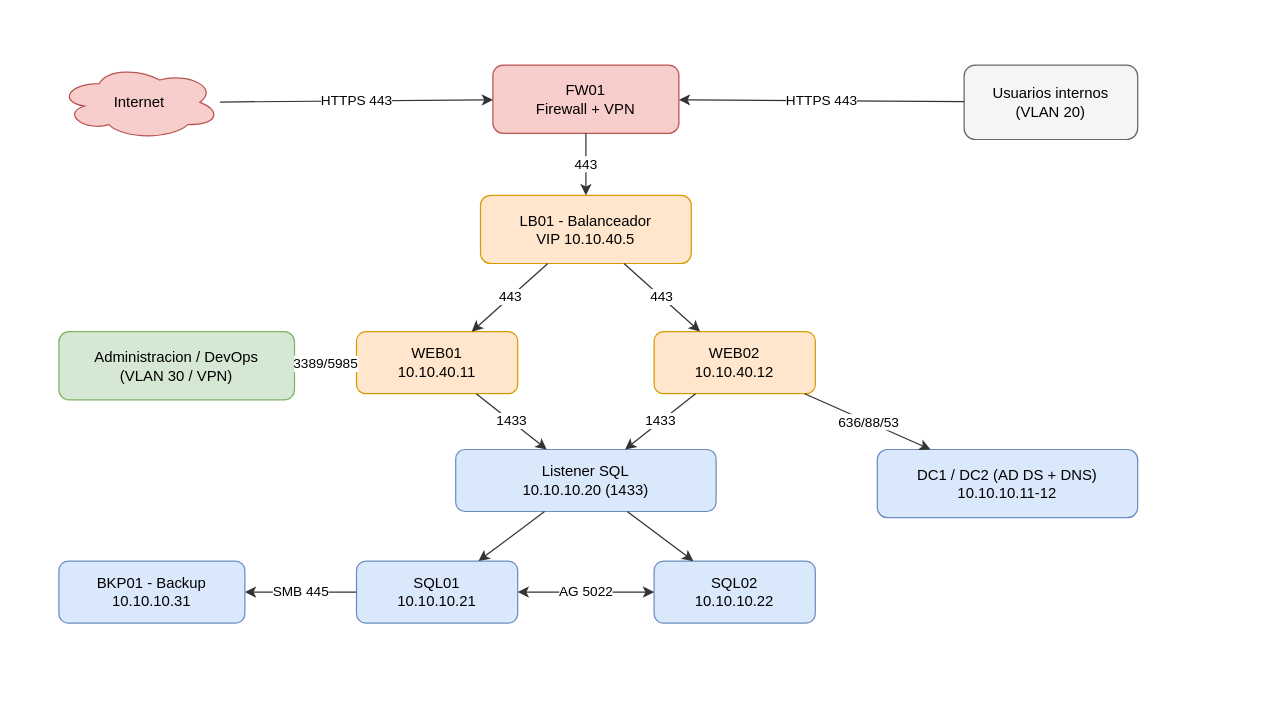
Earlier version of the draw.io diagram desarrollo/red/diagramas/10-arquitectura.drawio (arnaumartinezmorant-lang/PROYECTO). Source tidied: cells renumbered, new cells numbered last; positions are measured from the earlier drawing's top-left corner, leaving out a move shared by most shapes. Both pictures are drawn from the tidied source at 124%, with x=0, y=0 at pixel (58, 64).
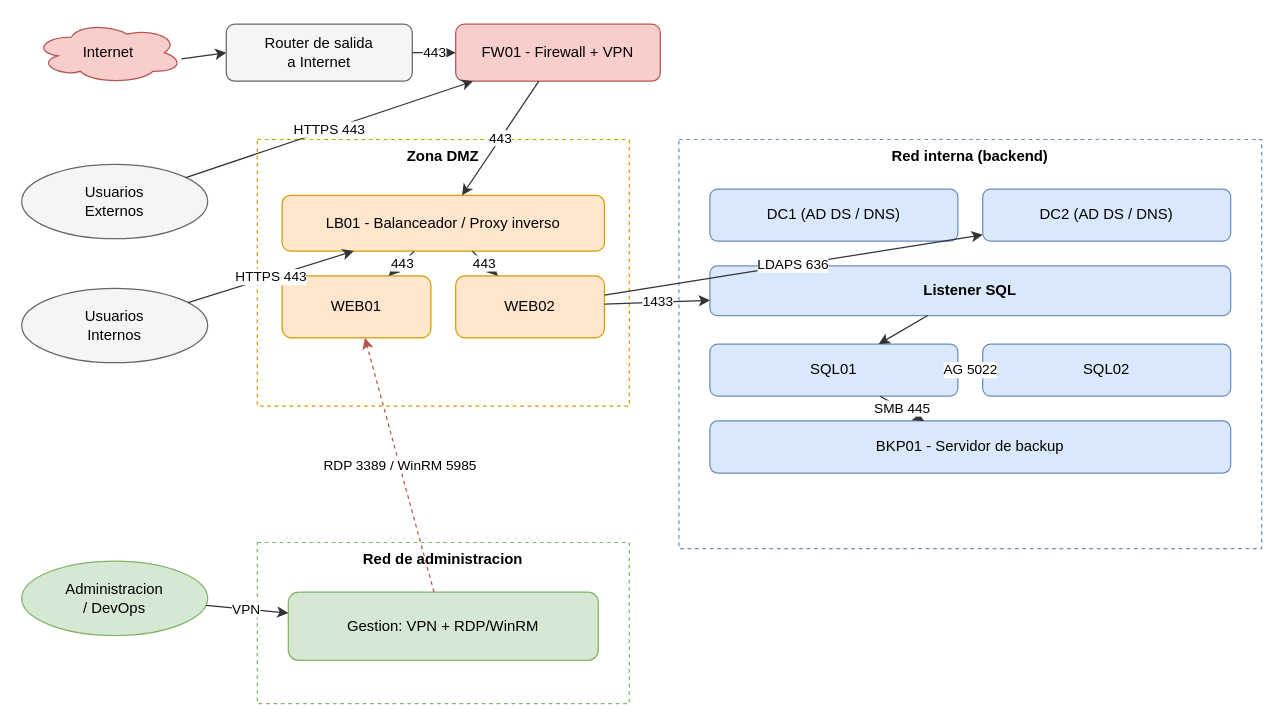
The same diagram, later.

Change to the diagram source:
```diff
@@
     <mxCell id="2" value="Internet" style="ellipse;shape=cloud;whiteSpace=wrap;html=1;fillColor=#f8cecc;strokeColor=#b85450;fontSize=12;" parent="1" vertex="1">
-      <mxGeometry width="130" height="60" as="geometry" />
+      <mxGeometry x="-20" y="-35" width="120" height="50" as="geometry" />
     </mxCell>
-    <mxCell id="3" value="Usuarios internos&#10;(VLAN 20)" style="rounded=1;whiteSpace=wrap;html=1;fillColor=#f5f5f5;strokeColor=#666666;fontSize=12;" parent="1" vertex="1">
-      <mxGeometry x="730" width="140" height="60" as="geometry" />
-    </mxCell>
+    <mxCell id="27" value="Router de salida&#10;a Internet" style="rounded=1;whiteSpace=wrap;html=1;fillColor=#f5f5f5;strokeColor=#666666;fontSize=12;" parent="1" vertex="1">
+      <mxGeometry x="135" y="-33" width="150" height="46" as="geometry" />
+    </mxCell>
-    <mxCell id="4" value="FW01&#10;Firewall + VPN" style="rounded=1;whiteSpace=wrap;html=1;fillColor=#f8cecc;strokeColor=#b85450;fontSize=12;" parent="1" vertex="1">
-      <mxGeometry x="350" width="150" height="55" as="geometry" />
+    <mxCell id="4" value="FW01 - Firewall + VPN" style="rounded=1;whiteSpace=wrap;html=1;fillColor=#f8cecc;strokeColor=#b85450;fontSize=12;" parent="1" vertex="1">
+      <mxGeometry x="320" y="-33" width="165" height="46" as="geometry" />
     </mxCell>
+    <mxCell id="28" value="Usuarios&#10;Externos" style="ellipse;whiteSpace=wrap;html=1;fillColor=#f5f5f5;strokeColor=#666666;fontSize=12;" parent="1" vertex="1">
+      <mxGeometry x="-30" y="80" width="150" height="60" as="geometry" />
+    </mxCell>
+    <mxCell id="29" value="Usuarios&#10;Internos" style="ellipse;whiteSpace=wrap;html=1;fillColor=#f5f5f5;strokeColor=#666666;fontSize=12;" parent="1" vertex="1">
+      <mxGeometry x="-30" y="180" width="150" height="60" as="geometry" />
+    </mxCell>
+    <mxCell id="30" value="Administracion&#10;/ DevOps" style="ellipse;whiteSpace=wrap;html=1;fillColor=#d5e8d4;strokeColor=#82b366;fontSize=12;" parent="1" vertex="1">
+      <mxGeometry x="-30" y="400" width="150" height="60" as="geometry" />
+    </mxCell>
+    <mxCell id="31" value="Zona DMZ" style="rounded=0;whiteSpace=wrap;html=1;verticalAlign=top;fillColor=none;strokeColor=#d79b00;fontSize=12;dashed=1;verticalAlign=top;fontStyle=1;" parent="1" vertex="1">
+      <mxGeometry x="160" y="60" width="300" height="215" as="geometry" />
+    </mxCell>
+    <mxCell id="32" value="Red interna (backend)" style="rounded=0;whiteSpace=wrap;html=1;verticalAlign=top;fillColor=none;strokeColor=#6c8ebf;fontSize=12;dashed=1;verticalAlign=top;fontStyle=1;" parent="1" vertex="1">
+      <mxGeometry x="500" y="60" width="470" height="330" as="geometry" />
+    </mxCell>
+    <mxCell id="33" value="Red de administracion" style="rounded=0;whiteSpace=wrap;html=1;verticalAlign=top;fillColor=none;strokeColor=#82b366;fontSize=12;dashed=1;verticalAlign=top;fontStyle=1;" parent="1" vertex="1">
+      <mxGeometry x="160" y="385" width="300" height="130" as="geometry" />
+    </mxCell>
-    <mxCell id="5" value="LB01 - Balanceador&#10;VIP 10.10.40.5" style="rounded=1;whiteSpace=wrap;html=1;fillColor=#ffe6cc;strokeColor=#d79b00;fontSize=12;" parent="1" vertex="1">
-      <mxGeometry x="340" y="105" width="170" height="55" as="geometry" />
+    <mxCell id="5" value="LB01 - Balanceador / Proxy inverso" style="rounded=1;whiteSpace=wrap;html=1;fillColor=#ffe6cc;strokeColor=#d79b00;fontSize=12;" parent="1" vertex="1">
+      <mxGeometry x="180" y="105" width="260" height="45" as="geometry" />
     </mxCell>
-    <mxCell id="6" value="WEB01&#10;10.10.40.11" style="rounded=1;whiteSpace=wrap;html=1;fillColor=#ffe6cc;strokeColor=#d79b00;fontSize=12;" parent="1" vertex="1">
-      <mxGeometry x="240" y="215" width="130" height="50" as="geometry" />
+    <mxCell id="6" value="WEB01" style="rounded=1;whiteSpace=wrap;html=1;fillColor=#ffe6cc;strokeColor=#d79b00;fontSize=12;" parent="1" vertex="1">
+      <mxGeometry x="180" y="170" width="120" height="50" as="geometry" />
     </mxCell>
-    <mxCell id="7" value="WEB02&#10;10.10.40.12" style="rounded=1;whiteSpace=wrap;html=1;fillColor=#ffe6cc;strokeColor=#d79b00;fontSize=12;" parent="1" vertex="1">
-      <mxGeometry x="480" y="215" width="130" height="50" as="geometry" />
+    <mxCell id="7" value="WEB02" style="rounded=1;whiteSpace=wrap;html=1;fillColor=#ffe6cc;strokeColor=#d79b00;fontSize=12;" parent="1" vertex="1">
+      <mxGeometry x="320" y="170" width="120" height="50" as="geometry" />
     </mxCell>
+    <mxCell id="34" value="DC1 (AD DS / DNS)" style="rounded=1;whiteSpace=wrap;html=1;fillColor=#dae8fc;strokeColor=#6c8ebf;fontSize=12;" parent="1" vertex="1">
+      <mxGeometry x="525" y="100" width="200" height="42" as="geometry" />
+    </mxCell>
+    <mxCell id="35" value="DC2 (AD DS / DNS)" style="rounded=1;whiteSpace=wrap;html=1;fillColor=#dae8fc;strokeColor=#6c8ebf;fontSize=12;" parent="1" vertex="1">
+      <mxGeometry x="745" y="100" width="200" height="42" as="geometry" />
+    </mxCell>
-    <mxCell id="8" value="Listener SQL&#10;10.10.10.20 (1433)" style="rounded=1;whiteSpace=wrap;html=1;fillColor=#dae8fc;strokeColor=#6c8ebf;fontSize=12;" parent="1" vertex="1">
-      <mxGeometry x="320" y="310" width="210" height="50" as="geometry" />
+    <mxCell id="8" value="Listener SQL" style="rounded=1;whiteSpace=wrap;html=1;fillColor=#dae8fc;strokeColor=#6c8ebf;fontSize=12;fontStyle=1;" parent="1" vertex="1">
+      <mxGeometry x="525" y="162" width="420" height="40" as="geometry" />
     </mxCell>
-    <mxCell id="9" value="SQL01&#10;10.10.10.21" style="rounded=1;whiteSpace=wrap;html=1;fillColor=#dae8fc;strokeColor=#6c8ebf;fontSize=12;" parent="1" vertex="1">
-      <mxGeometry x="240" y="400" width="130" height="50" as="geometry" />
+    <mxCell id="9" value="SQL01" style="rounded=1;whiteSpace=wrap;html=1;fillColor=#dae8fc;strokeColor=#6c8ebf;fontSize=12;" parent="1" vertex="1">
+      <mxGeometry x="525" y="225" width="200" height="42" as="geometry" />
     </mxCell>
-    <mxCell id="10" value="SQL02&#10;10.10.10.22" style="rounded=1;whiteSpace=wrap;html=1;fillColor=#dae8fc;strokeColor=#6c8ebf;fontSize=12;" parent="1" vertex="1">
-      <mxGeometry x="480" y="400" width="130" height="50" as="geometry" />
+    <mxCell id="10" value="SQL02" style="rounded=1;whiteSpace=wrap;html=1;fillColor=#dae8fc;strokeColor=#6c8ebf;fontSize=12;" parent="1" vertex="1">
+      <mxGeometry x="745" y="225" width="200" height="42" as="geometry" />
     </mxCell>
-    <mxCell id="11" value="DC1 / DC2 (AD DS + DNS)&#10;10.10.10.11-12" style="rounded=1;whiteSpace=wrap;html=1;fillColor=#dae8fc;strokeColor=#6c8ebf;fontSize=12;" parent="1" vertex="1">
-      <mxGeometry x="660" y="310" width="210" height="55" as="geometry" />
-    </mxCell>
-    <mxCell id="12" value="BKP01 - Backup&#10;10.10.10.31" style="rounded=1;whiteSpace=wrap;html=1;fillColor=#dae8fc;strokeColor=#6c8ebf;fontSize=12;" parent="1" vertex="1">
-      <mxGeometry y="400" width="150" height="50" as="geometry" />
+    <mxCell id="12" value="BKP01 - Servidor de backup" style="rounded=1;whiteSpace=wrap;html=1;fillColor=#dae8fc;strokeColor=#6c8ebf;fontSize=12;" parent="1" vertex="1">
+      <mxGeometry x="525" y="287" width="420" height="42" as="geometry" />
     </mxCell>
-    <mxCell id="13" value="Administracion / DevOps&#10;(VLAN 30 / VPN)" style="rounded=1;whiteSpace=wrap;html=1;fillColor=#d5e8d4;strokeColor=#82b366;fontSize=12;" parent="1" vertex="1">
-      <mxGeometry y="215" width="190" height="55" as="geometry" />
-    </mxCell>
+    <mxCell id="36" value="Gestion: VPN + RDP/WinRM" style="rounded=1;whiteSpace=wrap;html=1;fillColor=#d5e8d4;strokeColor=#82b366;fontSize=12;" parent="1" vertex="1">
+      <mxGeometry x="185" y="425" width="250" height="55" as="geometry" />
+    </mxCell>
-    <mxCell id="14" value="HTTPS 443" style="endArrow=classic;html=1;rounded=0;strokeColor=#333333;fontSize=11;" parent="1" edge="1" source="2" target="4">
+    <mxCell id="14" style="endArrow=classic;html=1;rounded=0;strokeColor=#333333;fontSize=11;" parent="1" edge="1" source="2" target="27">
       <mxGeometry relative="1" as="geometry" />
     </mxCell>
-    <mxCell id="15" value="HTTPS 443" style="endArrow=classic;html=1;rounded=0;strokeColor=#333333;fontSize=11;" parent="1" edge="1" source="3" target="4">
+    <mxCell id="15" value="443" style="endArrow=classic;html=1;rounded=0;strokeColor=#333333;fontSize=11;" parent="1" edge="1" source="27" target="4">
       <mxGeometry relative="1" as="geometry" />
     </mxCell>
-    <mxCell id="16" value="443" style="endArrow=classic;html=1;rounded=0;strokeColor=#333333;fontSize=11;" parent="1" edge="1" source="4" target="5">
+    <mxCell id="16" value="HTTPS 443" style="endArrow=classic;html=1;rounded=0;strokeColor=#333333;fontSize=11;" parent="1" edge="1" source="28" target="4">
       <mxGeometry relative="1" as="geometry" />
     </mxCell>
-    <mxCell id="17" value="443" style="endArrow=classic;html=1;rounded=0;strokeColor=#333333;fontSize=11;" parent="1" edge="1" source="5" target="6">
+    <mxCell id="17" value="HTTPS 443" style="endArrow=classic;html=1;rounded=0;strokeColor=#333333;fontSize=11;" parent="1" edge="1" source="29" target="5">
       <mxGeometry relative="1" as="geometry" />
     </mxCell>
-    <mxCell id="18" value="443" style="endArrow=classic;html=1;rounded=0;strokeColor=#333333;fontSize=11;" parent="1" edge="1" source="5" target="7">
+    <mxCell id="18" value="443" style="endArrow=classic;html=1;rounded=0;strokeColor=#333333;fontSize=11;" parent="1" edge="1" source="4" target="5">
       <mxGeometry relative="1" as="geometry" />
     </mxCell>
-    <mxCell id="19" value="1433" style="endArrow=classic;html=1;rounded=0;strokeColor=#333333;fontSize=11;" parent="1" edge="1" source="6" target="8">
+    <mxCell id="19" value="443" style="endArrow=classic;html=1;rounded=0;strokeColor=#333333;fontSize=11;" parent="1" edge="1" source="5" target="6">
       <mxGeometry relative="1" as="geometry" />
     </mxCell>
-    <mxCell id="20" value="1433" style="endArrow=classic;html=1;rounded=0;strokeColor=#333333;fontSize=11;" parent="1" edge="1" source="7" target="8">
+    <mxCell id="20" value="443" style="endArrow=classic;html=1;rounded=0;strokeColor=#333333;fontSize=11;" parent="1" edge="1" source="5" target="7">
       <mxGeometry relative="1" as="geometry" />
     </mxCell>
-    <mxCell id="21" style="endArrow=classic;html=1;rounded=0;strokeColor=#333333;fontSize=11;" parent="1" edge="1" source="8" target="9">
+    <mxCell id="21" value="1433" style="endArrow=classic;html=1;rounded=0;strokeColor=#333333;fontSize=11;" parent="1" edge="1" source="7" target="8">
       <mxGeometry relative="1" as="geometry" />
     </mxCell>
-    <mxCell id="22" style="endArrow=classic;html=1;rounded=0;strokeColor=#333333;fontSize=11;" parent="1" edge="1" source="8" target="10">
+    <mxCell id="22" value="LDAPS 636" style="endArrow=classic;html=1;rounded=0;strokeColor=#333333;fontSize=11;" parent="1" edge="1" source="7" target="35">
       <mxGeometry relative="1" as="geometry" />
     </mxCell>
-    <mxCell id="23" value="AG 5022" style="endArrow=classic;html=1;rounded=0;strokeColor=#333333;fontSize=11;startArrow=classic;" parent="1" edge="1" source="9" target="10">
+    <mxCell id="23" style="endArrow=classic;html=1;rounded=0;strokeColor=#333333;fontSize=11;" parent="1" edge="1" source="8" target="9">
       <mxGeometry relative="1" as="geometry" />
     </mxCell>
-    <mxCell id="24" value="636/88/53" style="endArrow=classic;html=1;rounded=0;strokeColor=#333333;fontSize=11;" parent="1" edge="1" source="7" target="11">
+    <mxCell id="24" value="AG 5022" style="endArrow=classic;html=1;rounded=0;strokeColor=#333333;fontSize=11;startArrow=classic;" parent="1" edge="1" source="9" target="10">
       <mxGeometry relative="1" as="geometry" />
     </mxCell>
@@
-    <mxCell id="26" value="3389/5985" style="endArrow=classic;html=1;rounded=0;strokeColor=#b85450;fontSize=11;dashed=1;" parent="1" edge="1" source="13" target="6">
+    <mxCell id="26" value="VPN" style="endArrow=classic;html=1;rounded=0;strokeColor=#333333;fontSize=11;" parent="1" edge="1" source="30" target="36">
       <mxGeometry relative="1" as="geometry" />
     </mxCell>
+    <mxCell id="37" value="RDP 3389 / WinRM 5985" style="endArrow=classic;html=1;rounded=0;strokeColor=#b85450;fontSize=11;dashed=1;" parent="1" edge="1" source="36" target="6">
+      <mxGeometry relative="1" as="geometry" />
+    </mxCell>
```
